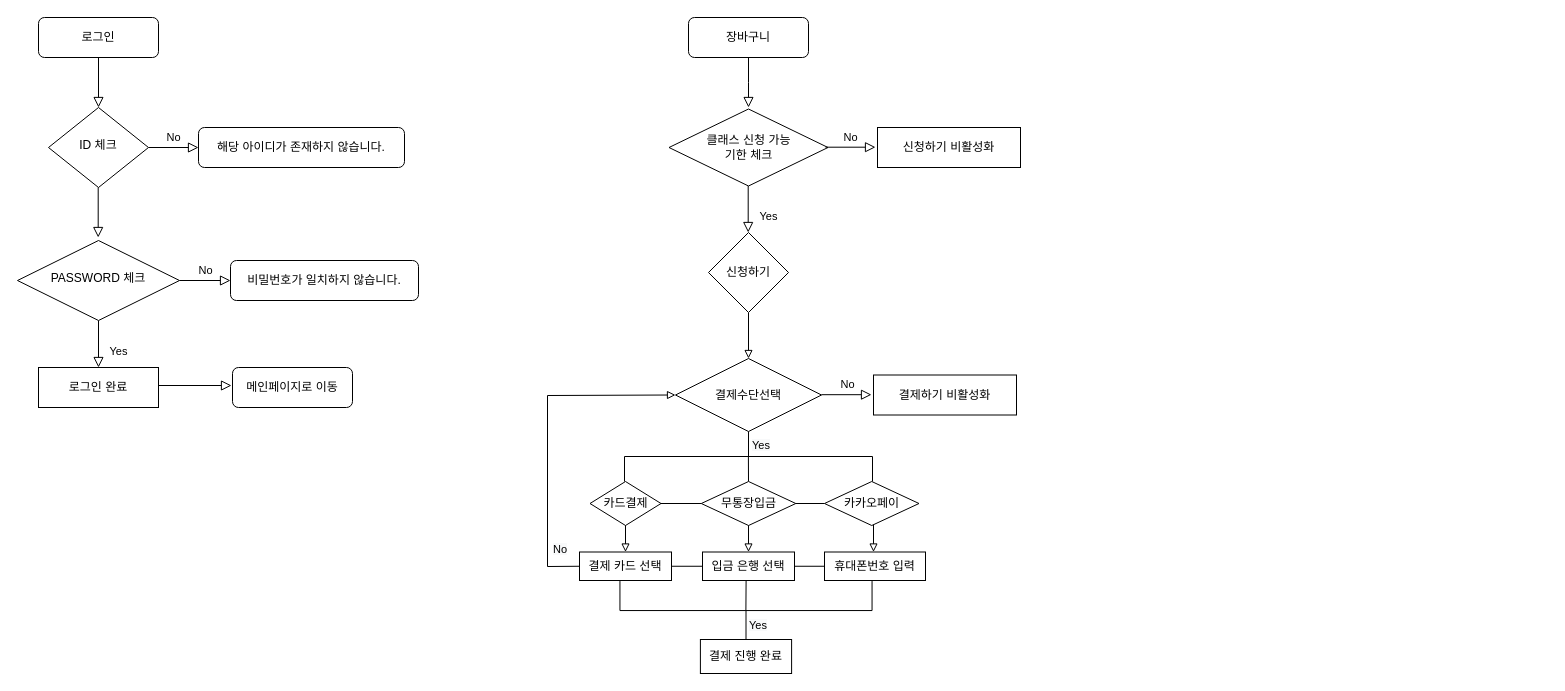
Above: Diagram_minju.drawio in eunjun9/semiproject (draw.io), before the change. Source tidied: cells renumbered, new cells numbered last; positions are measured from the earlier drawing's top-left corner, leaving out a move shared by most shapes. Both pictures are drawn from the tidied source at 100%, with x=0, y=0 at pixel (17, 17).
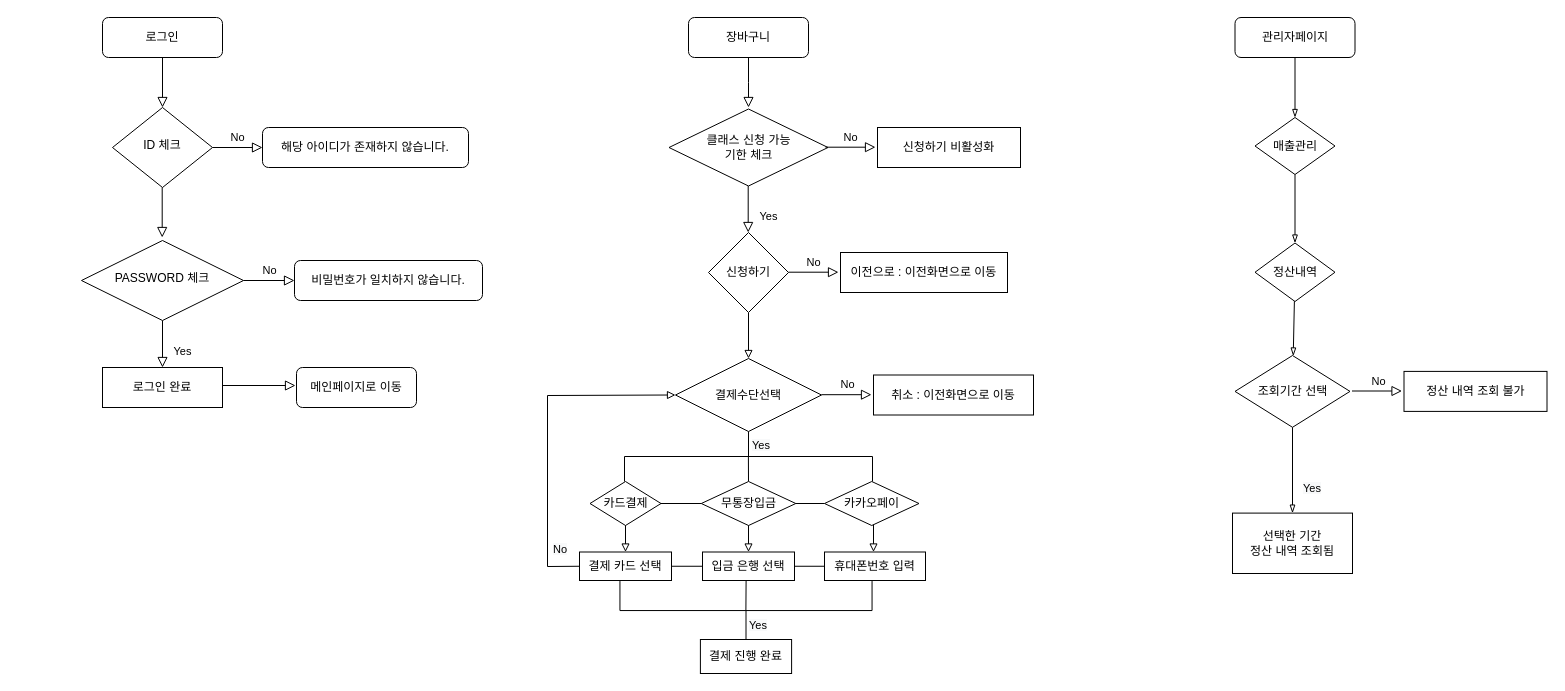
After the change.

Change to the diagram source:
```diff
@@
     <mxCell id="3" value="로그인" style="rounded=1;whiteSpace=wrap;html=1;fontSize=12;glass=0;strokeWidth=1;shadow=0;" parent="1" vertex="1">
-      <mxGeometry x="21" width="120" height="40" as="geometry" />
+      <mxGeometry x="85" width="120" height="40" as="geometry" />
     </mxCell>
@@
     <mxCell id="5" value="ID 체크" style="rhombus;whiteSpace=wrap;html=1;shadow=0;fontFamily=Helvetica;fontSize=12;align=center;strokeWidth=1;spacing=6;spacingTop=-4;" parent="1" vertex="1">
-      <mxGeometry x="31" y="90" width="100" height="80" as="geometry" />
+      <mxGeometry x="95" y="90" width="100" height="80" as="geometry" />
     </mxCell>
     <mxCell id="6" value="해당 아이디가 존재하지 않습니다." style="rounded=1;whiteSpace=wrap;html=1;fontSize=12;glass=0;strokeWidth=1;shadow=0;" parent="1" vertex="1">
-      <mxGeometry x="181" y="110" width="206" height="40" as="geometry" />
+      <mxGeometry x="245" y="110" width="206" height="40" as="geometry" />
     </mxCell>
@@
     <mxCell id="9" value="PASSWORD 체크" style="rhombus;whiteSpace=wrap;html=1;shadow=0;fontFamily=Helvetica;fontSize=12;align=center;strokeWidth=1;spacing=6;spacingTop=-4;" parent="1" vertex="1">
-      <mxGeometry y="223" width="162" height="80" as="geometry" />
+      <mxGeometry x="64" y="223" width="162" height="80" as="geometry" />
     </mxCell>
     <mxCell id="10" value="로그인 완료" style="rounded=0;whiteSpace=wrap;html=1;fontSize=12;glass=0;strokeWidth=1;shadow=0;" parent="1" vertex="1">
-      <mxGeometry x="21" y="350" width="120" height="40" as="geometry" />
+      <mxGeometry x="85" y="350" width="120" height="40" as="geometry" />
     </mxCell>
     <mxCell id="11" value="비밀번호가 일치하지 않습니다." style="rounded=1;whiteSpace=wrap;html=1;fontSize=12;glass=0;strokeWidth=1;shadow=0;" parent="1" vertex="1">
-      <mxGeometry x="213" y="243" width="188" height="40" as="geometry" />
+      <mxGeometry x="277" y="243" width="188" height="40" as="geometry" />
     </mxCell>
     <mxCell id="12" value="메인페이지로 이동" style="rounded=1;whiteSpace=wrap;html=1;fontSize=12;glass=0;strokeWidth=1;shadow=0;" parent="1" vertex="1">
-      <mxGeometry x="215" y="350" width="120" height="40" as="geometry" />
+      <mxGeometry x="279" y="350" width="120" height="40" as="geometry" />
     </mxCell>
     <mxCell id="13" style="edgeStyle=orthogonalEdgeStyle;rounded=0;html=1;jettySize=auto;orthogonalLoop=1;fontSize=11;endArrow=block;endFill=0;endSize=8;strokeWidth=1;shadow=0;labelBackgroundColor=none;" parent="1" edge="1">
       <mxGeometry y="10" relative="1" as="geometry">
-        <mxPoint x="141" y="368" as="sourcePoint" />
-        <mxPoint x="214" y="368" as="targetPoint" />
+        <mxPoint x="205" y="368" as="sourcePoint" />
+        <mxPoint x="278" y="368" as="targetPoint" />
       </mxGeometry>
     </mxCell>
@@
     <mxCell id="16" style="rounded=0;html=1;jettySize=auto;orthogonalLoop=1;fontSize=11;endArrow=block;endFill=0;endSize=8;strokeWidth=1;shadow=0;labelBackgroundColor=none;edgeStyle=orthogonalEdgeStyle;" parent="1" edge="1">
       <mxGeometry relative="1" as="geometry">
-        <mxPoint x="80.7" y="170" as="sourcePoint" />
-        <mxPoint x="80.7" y="220" as="targetPoint" />
+        <mxPoint x="144.7" y="170" as="sourcePoint" />
+        <mxPoint x="144.7" y="220" as="targetPoint" />
       </mxGeometry>
     </mxCell>
@@
-    <mxCell id="24" value="결제하기 비활성화" style="rounded=0;whiteSpace=wrap;html=1;fontSize=12;glass=0;strokeWidth=1;shadow=0;" parent="1" vertex="1">
-      <mxGeometry x="856" y="357.5" width="143" height="40" as="geometry" />
+    <mxCell id="24" value="취소 : 이전화면으로 이동" style="rounded=0;whiteSpace=wrap;html=1;fontSize=12;glass=0;strokeWidth=1;shadow=0;" parent="1" vertex="1">
+      <mxGeometry x="856" y="357.5" width="160" height="40" as="geometry" />
     </mxCell>
@@
+    <mxCell id="48" style="edgeStyle=none;rounded=0;jettySize=auto;html=1;endArrow=blockThin;endFill=0;startSize=6;strokeColor=default;" parent="1" edge="1" source="49" target="51">
+      <mxGeometry relative="1" as="geometry" />
+    </mxCell>
+    <mxCell id="49" value="관리자페이지" style="rounded=1;whiteSpace=wrap;html=1;fontSize=12;glass=0;strokeWidth=1;shadow=0;" parent="1" vertex="1">
+      <mxGeometry x="1217.5" width="120" height="40" as="geometry" />
+    </mxCell>
+    <mxCell id="50" style="edgeStyle=none;rounded=0;jettySize=auto;html=1;endArrow=blockThin;endFill=0;startSize=6;strokeColor=default;" parent="1" edge="1" source="51" target="53">
+      <mxGeometry relative="1" as="geometry" />
+    </mxCell>
+    <mxCell id="51" value="매출관리" style="rhombus;whiteSpace=wrap;html=1;rounded=0;shadow=0;strokeWidth=1;glass=0;" parent="1" vertex="1">
+      <mxGeometry x="1237.5" y="100" width="80" height="57" as="geometry" />
+    </mxCell>
+    <mxCell id="52" style="edgeStyle=none;rounded=0;jettySize=auto;html=1;endArrow=blockThin;endFill=0;startSize=6;strokeColor=default;" parent="1" edge="1" source="53" target="55">
+      <mxGeometry relative="1" as="geometry" />
+    </mxCell>
+    <mxCell id="53" value="정산내역" style="rhombus;whiteSpace=wrap;html=1;rounded=0;shadow=0;strokeWidth=1;glass=0;" parent="1" vertex="1">
+      <mxGeometry x="1237.5" y="225.5" width="80" height="58.5" as="geometry" />
+    </mxCell>
+    <mxCell id="54" style="edgeStyle=none;rounded=0;jettySize=auto;html=1;endArrow=blockThin;endFill=0;startSize=6;strokeColor=default;" parent="1" edge="1" source="55" target="58">
+      <mxGeometry relative="1" as="geometry" />
+    </mxCell>
+    <mxCell id="55" value="조회기간 선택" style="rhombus;whiteSpace=wrap;html=1;rounded=0;shadow=0;strokeWidth=1;glass=0;" parent="1" vertex="1">
+      <mxGeometry x="1217.5" y="338" width="115" height="71.8" as="geometry" />
+    </mxCell>
+    <mxCell id="56" value="정산 내역 조회 불가" style="rounded=0;whiteSpace=wrap;html=1;fontSize=12;glass=0;strokeWidth=1;shadow=0;" parent="1" vertex="1">
+      <mxGeometry x="1386.5" y="353.9" width="143" height="40" as="geometry" />
+    </mxCell>
+    <mxCell id="57" value="No" style="edgeStyle=orthogonalEdgeStyle;rounded=0;html=1;jettySize=auto;orthogonalLoop=1;fontSize=11;endArrow=block;endFill=0;endSize=8;strokeWidth=1;shadow=0;labelBackgroundColor=none;" parent="1" edge="1">
+      <mxGeometry x="0.04" y="10" relative="1" as="geometry">
+        <mxPoint x="1334.5" y="373.5" as="sourcePoint" />
+        <mxPoint x="1384.5" y="373.5" as="targetPoint" />
+      </mxGeometry>
+    </mxCell>
+    <mxCell id="58" value="선택한 기간&lt;br&gt;정산 내역 조회됨" style="rounded=0;whiteSpace=wrap;html=1;shadow=0;strokeWidth=1;glass=0;" parent="1" vertex="1">
+      <mxGeometry x="1215" y="495.6" width="120" height="60.4" as="geometry" />
+    </mxCell>
+    <mxCell id="59" value="&lt;span style=&quot;color: rgb(0, 0, 0); font-family: helvetica; font-size: 11px; font-style: normal; font-weight: 400; letter-spacing: normal; text-align: center; text-indent: 0px; text-transform: none; word-spacing: 0px; background-color: rgb(248, 249, 250); display: inline; float: none;&quot;&gt;Yes&lt;/span&gt;" style="text;whiteSpace=wrap;html=1;" parent="1" vertex="1">
+      <mxGeometry x="1283.5" y="457" width="38" height="28" as="geometry" />
+    </mxCell>
+    <mxCell id="60" value="이전으로 : 이전화면으로 이동" style="rounded=0;whiteSpace=wrap;html=1;fontSize=12;glass=0;strokeWidth=1;shadow=0;" parent="1" vertex="1">
+      <mxGeometry x="823" y="235" width="167" height="40" as="geometry" />
+    </mxCell>
+    <mxCell id="61" value="No" style="edgeStyle=orthogonalEdgeStyle;rounded=0;html=1;jettySize=auto;orthogonalLoop=1;fontSize=11;endArrow=block;endFill=0;endSize=8;strokeWidth=1;shadow=0;labelBackgroundColor=none;" parent="1" edge="1">
+      <mxGeometry y="10" relative="1" as="geometry">
+        <mxPoint x="771" y="254.7" as="sourcePoint" />
+        <mxPoint x="821" y="254.7" as="targetPoint" />
+      </mxGeometry>
+    </mxCell>
```
